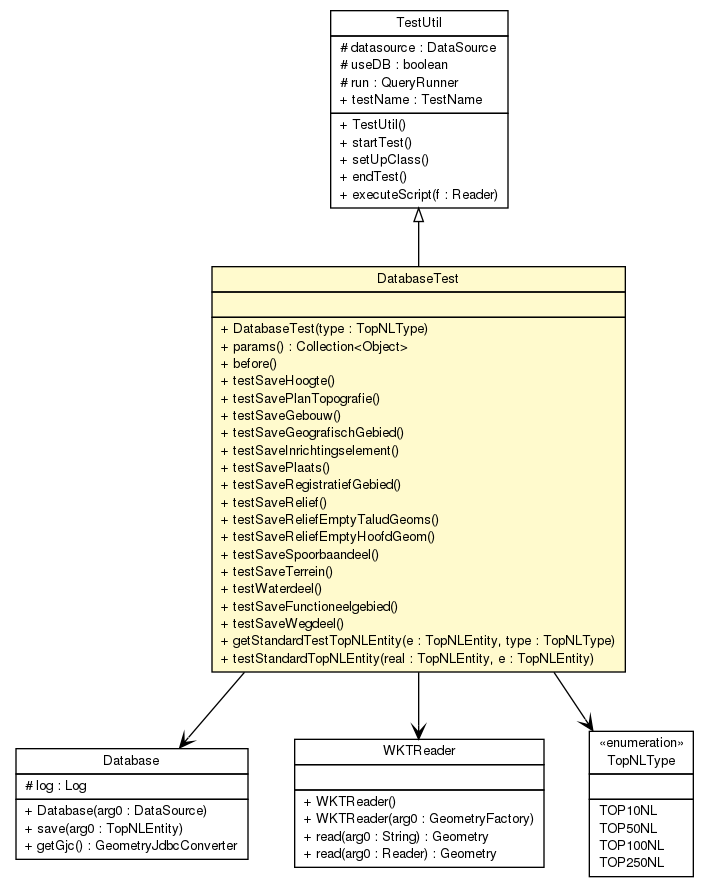
The Graphviz diagram topnlparser/testapidocs/nl/b3p/topnl/DatabaseTest.png in B3Partners/brmo, before a commit. Its source is kept beside it as topnlparser/testapidocs/nl/b3p/topnl/DatabaseTest.dot.
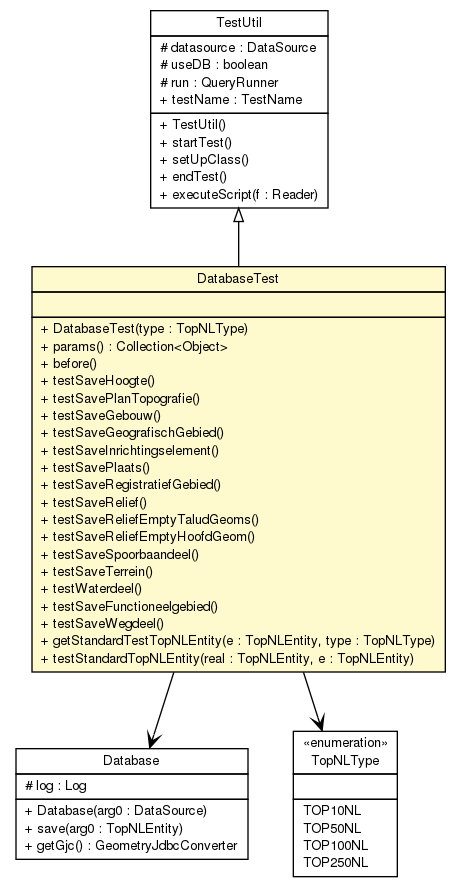
After the change.

What changed in the source:
```diff
@@ -54,9 +54,8 @@
 		</table>>, URL="./DatabaseTest.html", fontname="Helvetica", fontcolor="black", fontsize=10.0];
 	c41:p -> c45:p [dir=back,arrowtail=empty];
 	c45:p -> c64:p [taillabel="", label="", headlabel="", fontname="Helvetica", fontcolor="black", fontsize=10.0, color="black", arrowhead=open];
-	c45:p -> c68:p [taillabel="", label="", headlabel="", fontname="Helvetica", fontcolor="black", fontsize=10.0, color="black", arrowhead=open];
-	c45:p -> c69:p [taillabel="", label="", headlabel="", fontname="Helvetica", fontcolor="black", fontsize=10.0, color="black", arrowhead=open];
-	c69 [label=<<table title="nl.b3p.topnl.TopNLType" border="0" cellborder="1" cellspacing="0" cellpadding="2" port="p">
+	c45:p -> c65:p [taillabel="", label="", headlabel="", fontname="Helvetica", fontcolor="black", fontsize=10.0, color="black", arrowhead=open];
+	c65 [label=<<table title="nl.b3p.topnl.TopNLType" border="0" cellborder="1" cellspacing="0" cellpadding="2" port="p">
 		<tr><td><table border="0" cellspacing="0" cellpadding="1">
 <tr><td align="center" balign="center"> &#171;enumeration&#187; </td></tr>
 <tr><td align="center" balign="center"> TopNLType </td></tr>
@@ -69,20 +68,6 @@
 <tr><td align="left" balign="left"> TOP50NL </td></tr>
 <tr><td align="left" balign="left"> TOP100NL </td></tr>
 <tr><td align="left" balign="left"> TOP250NL </td></tr>
-		</table></td></tr>
-		</table>>, URL="null", fontname="Helvetica", fontcolor="black", fontsize=10.0];
-	c68 [label=<<table title="com.vividsolutions.jts.io.WKTReader" border="0" cellborder="1" cellspacing="0" cellpadding="2" port="p">
-		<tr><td><table border="0" cellspacing="0" cellpadding="1">
-<tr><td align="center" balign="center"> WKTReader </td></tr>
-		</table></td></tr>
-		<tr><td><table border="0" cellspacing="0" cellpadding="1">
-<tr><td align="left" balign="left">  </td></tr>
-		</table></td></tr>
-		<tr><td><table border="0" cellspacing="0" cellpadding="1">
-<tr><td align="left" balign="left"> + WKTReader() </td></tr>
-<tr><td align="left" balign="left"> + WKTReader(arg0 : GeometryFactory) </td></tr>
-<tr><td align="left" balign="left"> + read(arg0 : String) : Geometry </td></tr>
-<tr><td align="left" balign="left"> + read(arg0 : Reader) : Geometry </td></tr>
 		</table></td></tr>
 		</table>>, URL="null", fontname="Helvetica", fontcolor="black", fontsize=10.0];
 	c64 [label=<<table title="nl.b3p.topnl.Database" border="0" cellborder="1" cellspacing="0" cellpadding="2" port="p">
```
